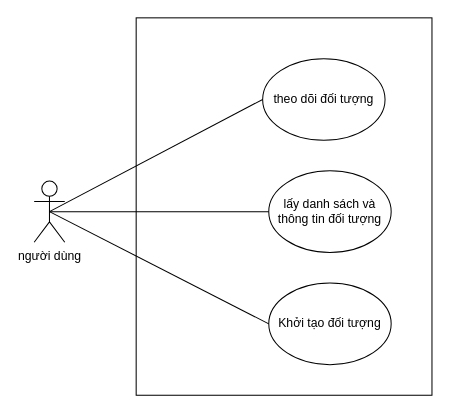
Above: page "Trang-13" (12 of 12) of user_diagram.drawio in LTDat-HustK65/main-system (draw.io), before the change. Source tidied: cells renumbered, new cells numbered last; positions are measured from the earlier drawing's top-left corner, leaving out a move shared by most shapes. Both pictures are drawn from the tidied source at 102%, with x=0, y=0 at pixel (34, 17).
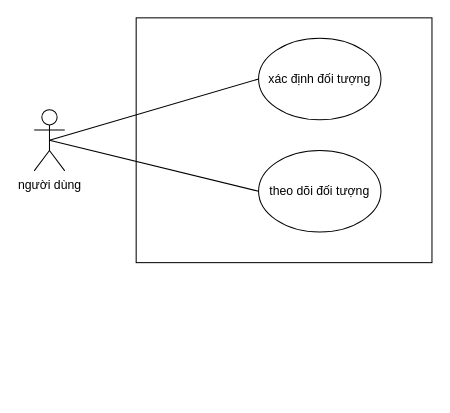
The same diagram, later.

Commit message:
Cập nhật user_diagram.drawio

Diff of the diagram source:
```diff
@@
 <mxGraphModel>
   <root>
     <mxCell id="0" />
     <mxCell id="1" parent="0" />
     <mxCell id="2" style="rounded=0;whiteSpace=wrap;html=1;" parent="1" vertex="1">
-      <mxGeometry x="100" width="290" height="370" as="geometry" />
+      <mxGeometry x="100" width="290" height="240" as="geometry" />
     </mxCell>
     <mxCell id="3" value="theo dõi đối tượng" style="ellipse;whiteSpace=wrap;html=1;" parent="1" vertex="1">
-      <mxGeometry x="224" y="40" width="120" height="80" as="geometry" />
+      <mxGeometry x="220" y="130" width="120" height="80" as="geometry" />
     </mxCell>
     <mxCell id="4" value="người dùng" style="shape=umlActor;verticalLabelPosition=bottom;verticalAlign=top;html=1;outlineConnect=0;" parent="1" vertex="1">
-      <mxGeometry y="160" width="30" height="60" as="geometry" />
+      <mxGeometry y="90" width="30" height="60" as="geometry" />
     </mxCell>
-    <mxCell id="5" value="lấy danh sách và thông tin đối tượng" style="ellipse;whiteSpace=wrap;html=1;" parent="1" vertex="1">
-      <mxGeometry x="230" y="150" width="120" height="80" as="geometry" />
-    </mxCell>
     <mxCell id="6" style="endArrow=none;html=1;rounded=0;exitX=0.5;exitY=0.5;exitDx=0;exitDy=0;exitPerimeter=0;entryX=0;entryY=0.5;entryDx=0;entryDy=0;" parent="1" edge="1" source="4" target="3">
       <mxGeometry relative="1" as="geometry" />
     </mxCell>
-    <mxCell id="7" style="endArrow=none;html=1;rounded=0;exitX=0.5;exitY=0.5;exitDx=0;exitDy=0;exitPerimeter=0;entryX=0;entryY=0.5;entryDx=0;entryDy=0;" parent="1" edge="1" source="4" target="5">
-      <mxGeometry relative="1" as="geometry" />
-    </mxCell>
-    <mxCell id="8" value="Khởi tạo đối tượng" style="ellipse;whiteSpace=wrap;html=1;" parent="1" vertex="1">
-      <mxGeometry x="230" y="260" width="120" height="80" as="geometry" />
+    <mxCell id="8" value="xác định đối tượng" style="ellipse;whiteSpace=wrap;html=1;" parent="1" vertex="1">
+      <mxGeometry x="220" y="20" width="120" height="80" as="geometry" />
     </mxCell>
     <mxCell id="9" style="endArrow=none;html=1;rounded=0;exitX=0.5;exitY=0.5;exitDx=0;exitDy=0;exitPerimeter=0;entryX=0;entryY=0.5;entryDx=0;entryDy=0;" parent="1" edge="1" source="4" target="8">
       <mxGeometry relative="1" as="geometry" />
     </mxCell>
   </root>
 </mxGraphModel>
```
